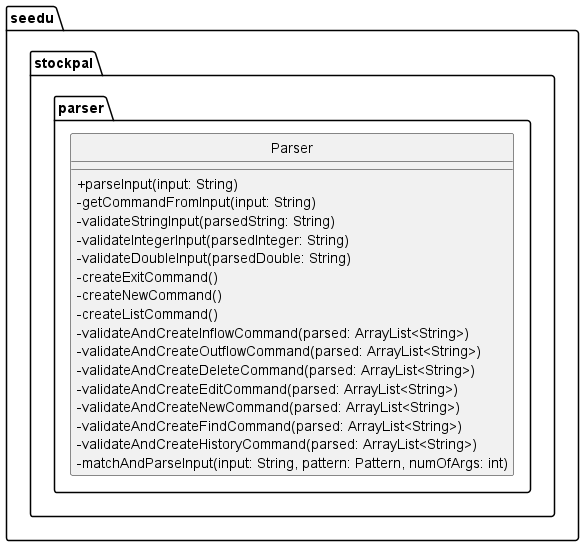
This is docs/images/ParserClassDiagram.png from leongxingyu/tp, a PlantUML export, as it was before one commit.
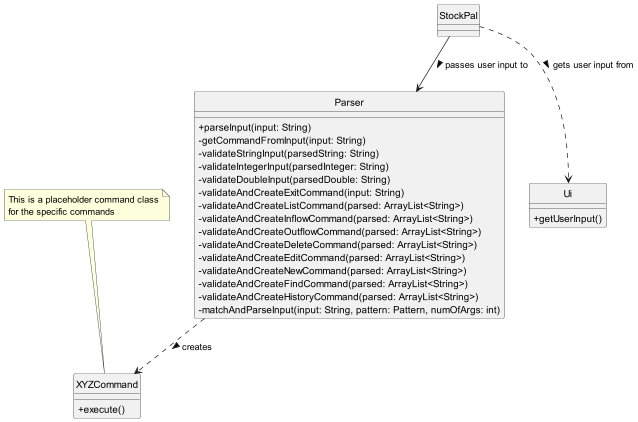
The same diagram one commit later.

Commit message:
Update Parser Class Diagram

Diff of the diagram source:
```diff
@@ -3,25 +3,38 @@
 hide circles
 skinparam classAttributeIconSize 0
 
-package "seedu.stockpal.parser" {
-    class Parser {
-        + parseInput(input: String)
-        - getCommandFromInput(input: String)
-        - validateStringInput(parsedString: String)
-        - validateIntegerInput(parsedInteger: String)
-        - validateDoubleInput(parsedDouble: String)
-        - createExitCommand()
-        - createNewCommand()
-        - createListCommand()
-        - validateAndCreateInflowCommand(parsed: ArrayList<String>)
-        - validateAndCreateOutflowCommand(parsed: ArrayList<String>)
-        - validateAndCreateDeleteCommand(parsed: ArrayList<String>)
-        - validateAndCreateEditCommand(parsed: ArrayList<String>)
-        - validateAndCreateNewCommand(parsed: ArrayList<String>)
-        - validateAndCreateFindCommand(parsed: ArrayList<String>)
-        - validateAndCreateHistoryCommand(parsed: ArrayList<String>)
-        - matchAndParseInput(input: String, pattern: Pattern, numOfArgs: int)
-    }
+class Parser {
+    + parseInput(input: String)
+    - getCommandFromInput(input: String)
+    - validateStringInput(parsedString: String)
+    - validateIntegerInput(parsedInteger: String)
+    - validateDoubleInput(parsedDouble: String)
+    - validateAndCreateExitCommand(input: String)
+    - validateAndCreateListCommand(parsed: ArrayList<String>)
+    - validateAndCreateInflowCommand(parsed: ArrayList<String>)
+    - validateAndCreateOutflowCommand(parsed: ArrayList<String>)
+    - validateAndCreateDeleteCommand(parsed: ArrayList<String>)
+    - validateAndCreateEditCommand(parsed: ArrayList<String>)
+    - validateAndCreateNewCommand(parsed: ArrayList<String>)
+    - validateAndCreateFindCommand(parsed: ArrayList<String>)
+    - validateAndCreateHistoryCommand(parsed: ArrayList<String>)
+    - matchAndParseInput(input: String, pattern: Pattern, numOfArgs: int)
 }
 
+class StockPal
+class XYZCommand
+class Ui
+
+XYZCommand : + execute()
+Ui : + getUserInput()
+
+StockPal --> Parser: passes user input to >
+StockPal ..> Ui: gets user input from >
+Parser ..> XYZCommand: creates >
+
+note top of XYZCommand
+This is a placeholder command class
+for the specific commands
+end note
+
 @enduml
```
